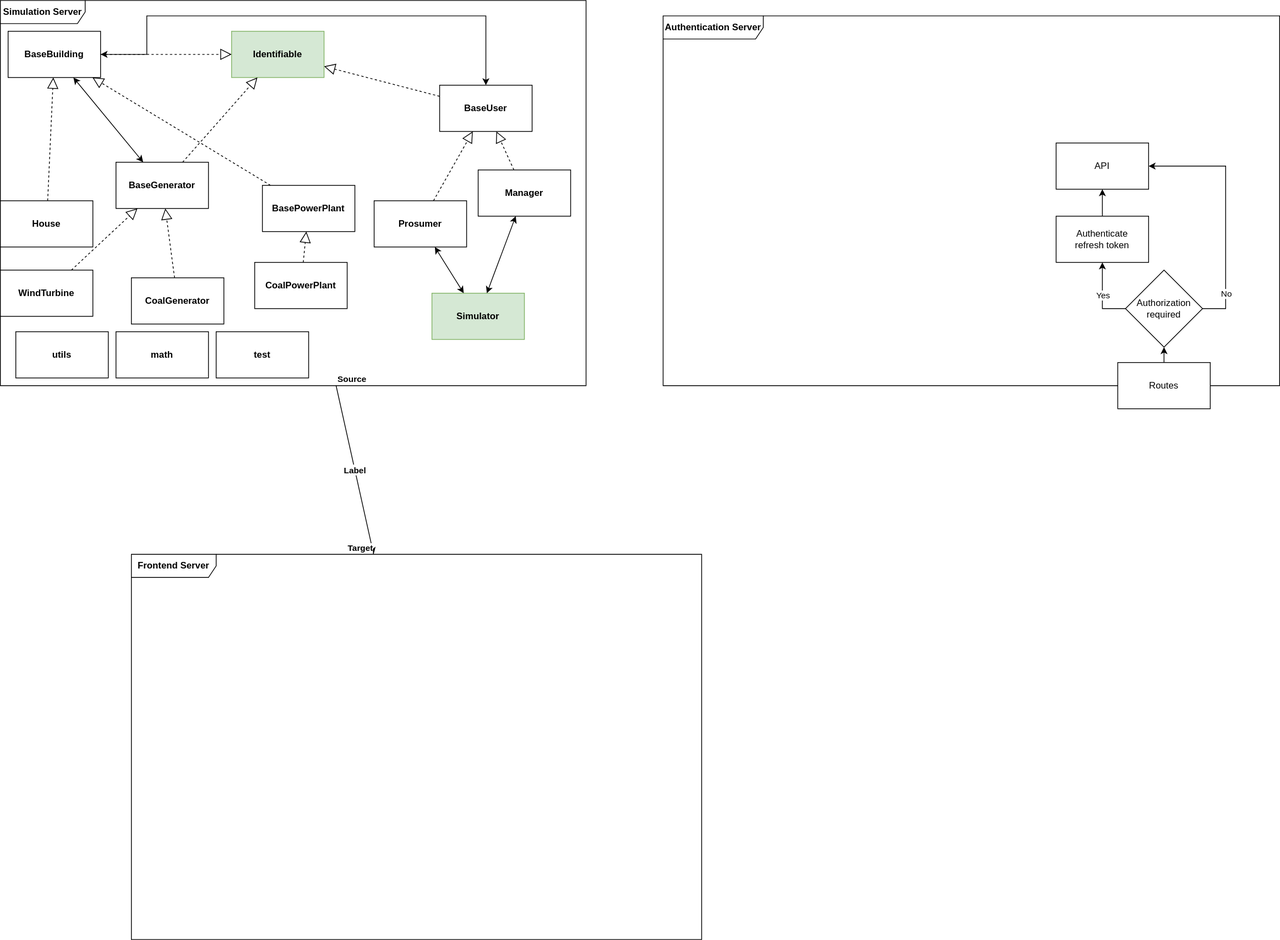
Before: system-architecture.svg, a diagram exported from draw.io (MarqusJonsson/M7011E). Source tidied: cells renumbered, new cells last; positions are measured from the earlier drawing's top-left corner, leaving out a move shared by most shapes.
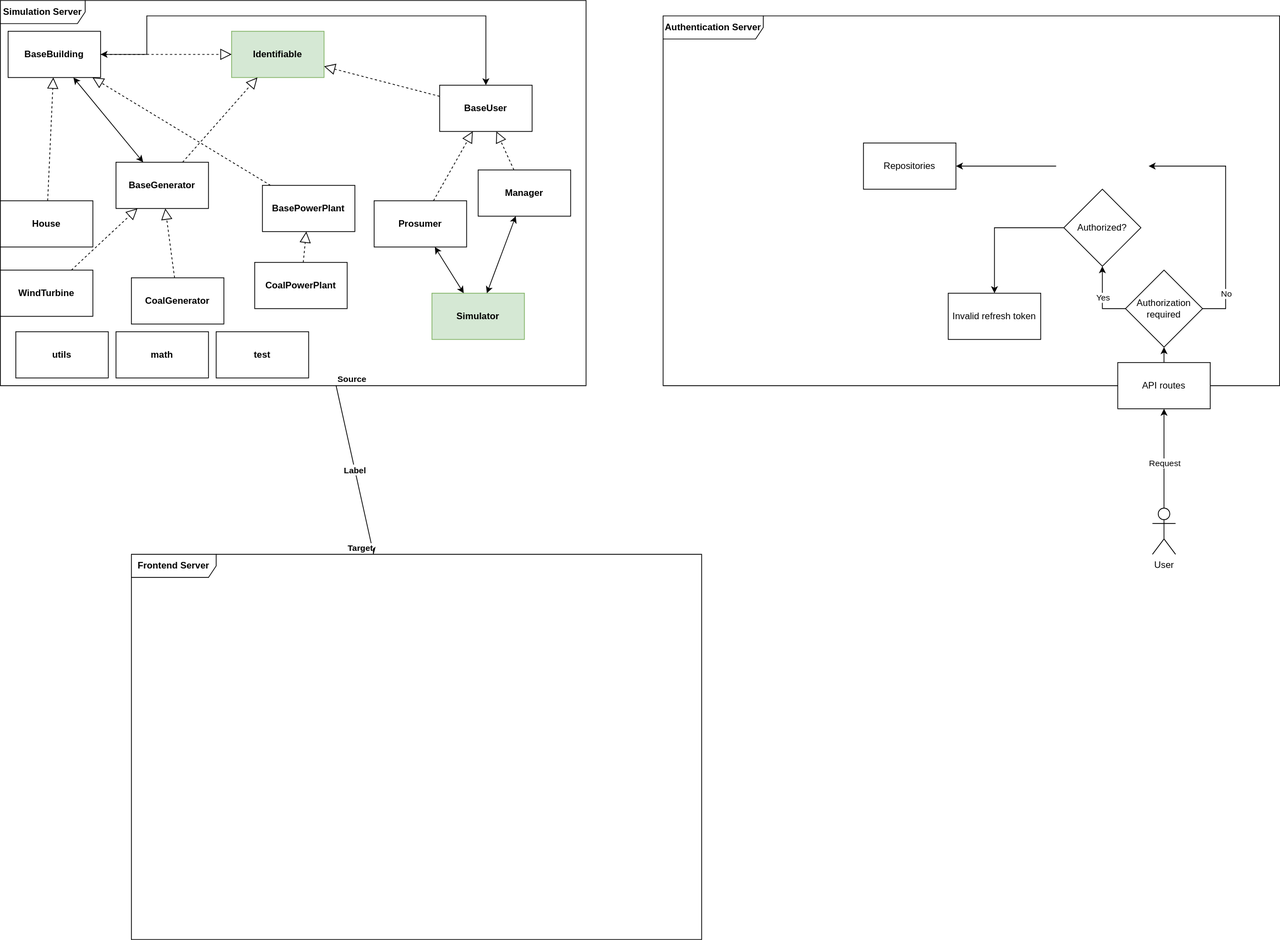
Later version of the same file.

Diff of the diagram source:
```diff
@@ -119,19 +119,15 @@
     <mxCell id="38" style="edgeStyle=orthogonalEdgeStyle;rounded=0;jettySize=auto;html=1;exitX=0.5;exitY=0;exitDx=0;exitDy=0;entryX=0.5;entryY=1;entryDx=0;entryDy=0;" parent="1" edge="1" source="39" target="47">
       <mxGeometry relative="1" as="geometry" />
     </mxCell>
-    <mxCell id="39" value="&lt;div&gt;Routes&lt;/div&gt;" style="rounded=0;whiteSpace=wrap;html=1;" parent="1" vertex="1">
+    <mxCell id="39" value="API routes" style="rounded=0;whiteSpace=wrap;html=1;" parent="1" vertex="1">
       <mxGeometry x="1450" y="470" width="120" height="60" as="geometry" />
     </mxCell>
-    <mxCell id="40" style="edgeStyle=orthogonalEdgeStyle;rounded=0;jettySize=auto;html=1;entryX=0.5;entryY=1;entryDx=0;entryDy=0;" parent="1" edge="1" source="41" target="42">
-      <mxGeometry relative="1" as="geometry" />
-    </mxCell>
-    <mxCell id="41" value="&lt;div&gt;Authenticate&lt;/div&gt;&lt;div&gt;refresh token&lt;br&gt;&lt;/div&gt;" style="rounded=0;whiteSpace=wrap;html=1;" parent="1" vertex="1">
-      <mxGeometry x="1370" y="280" width="120" height="60" as="geometry" />
-    </mxCell>
-    <mxCell id="42" value="API" style="rounded=0;whiteSpace=wrap;html=1;" parent="1" vertex="1">
-      <mxGeometry x="1370" y="185" width="120" height="60" as="geometry" />
-    </mxCell>
+    <mxCell id="48" style="edgeStyle=orthogonalEdgeStyle;rounded=0;jettySize=auto;html=1;exitX=0;exitY=0.5;exitDx=0;exitDy=0;entryX=1;entryY=0.5;entryDx=0;entryDy=0;" parent="1" edge="1" target="49">
+      <mxGeometry relative="1" as="geometry">
+        <mxPoint x="1370" y="215" as="sourcePoint" />
+      </mxGeometry>
+    </mxCell>
-    <mxCell id="43" style="edgeStyle=orthogonalEdgeStyle;rounded=0;jettySize=auto;html=1;" parent="1" edge="1" source="47" target="41">
+    <mxCell id="43" style="edgeStyle=orthogonalEdgeStyle;rounded=0;jettySize=auto;html=1;entryX=0.5;entryY=1;entryDx=0;entryDy=0;" parent="1" edge="1" source="47" target="54">
       <mxGeometry relative="1" as="geometry">
         <Array as="points">
           <mxPoint x="1430" y="400" />
@@ -143,8 +139,9 @@
         <mxPoint x="-3" y="-5" as="offset" />
       </mxGeometry>
     </mxCell>
-    <mxCell id="45" style="edgeStyle=orthogonalEdgeStyle;rounded=0;jettySize=auto;html=1;exitX=1;exitY=0.5;exitDx=0;exitDy=0;entryX=1;entryY=0.5;entryDx=0;entryDy=0;" parent="1" edge="1" source="47" target="42">
+    <mxCell id="45" style="edgeStyle=orthogonalEdgeStyle;rounded=0;jettySize=auto;html=1;exitX=1;exitY=0.5;exitDx=0;exitDy=0;entryX=1;entryY=0.5;entryDx=0;entryDy=0;" parent="1" edge="1" source="47">
       <mxGeometry relative="1" as="geometry">
+        <mxPoint x="1490" y="215" as="targetPoint" />
         <Array as="points">
           <mxPoint x="1590" y="400" />
           <mxPoint x="1590" y="215" />
@@ -159,5 +156,28 @@
     <mxCell id="47" value="&lt;div&gt;Authorization&lt;/div&gt;&lt;div&gt;required&lt;br&gt;&lt;/div&gt;" style="rhombus;whiteSpace=wrap;html=1;" parent="1" vertex="1">
       <mxGeometry x="1460" y="350" width="100" height="100" as="geometry" />
     </mxCell>
+    <mxCell id="49" value="Repositories" style="rounded=0;whiteSpace=wrap;html=1;" parent="1" vertex="1">
+      <mxGeometry x="1120" y="185" width="120" height="60" as="geometry" />
+    </mxCell>
+    <mxCell id="50" style="edgeStyle=orthogonalEdgeStyle;rounded=0;jettySize=auto;html=1;entryX=0.5;entryY=1;entryDx=0;entryDy=0;" parent="1" edge="1" source="52" target="39">
+      <mxGeometry relative="1" as="geometry" />
+    </mxCell>
+    <mxCell id="51" value="Request" style="edgeLabel;html=1;align=center;verticalAlign=middle;" parent="50" vertex="1">
+      <mxGeometry x="0.24" y="-5" relative="1" as="geometry">
+        <mxPoint x="-5" y="21" as="offset" />
+      </mxGeometry>
+    </mxCell>
+    <mxCell id="52" value="&lt;div&gt;User&lt;/div&gt;" style="shape=umlActor;verticalLabelPosition=bottom;verticalAlign=top;html=1;outlineConnect=0;" parent="1" vertex="1">
+      <mxGeometry x="1495" y="659" width="30" height="60" as="geometry" />
+    </mxCell>
+    <mxCell id="53" style="edgeStyle=orthogonalEdgeStyle;rounded=0;jettySize=auto;html=1;entryX=0.5;entryY=0;entryDx=0;entryDy=0;" parent="1" edge="1" source="54" target="55">
+      <mxGeometry relative="1" as="geometry" />
+    </mxCell>
+    <mxCell id="54" value="Authorized?" style="rhombus;whiteSpace=wrap;html=1;" parent="1" vertex="1">
+      <mxGeometry x="1380" y="245" width="100" height="100" as="geometry" />
+    </mxCell>
+    <mxCell id="55" value="Invalid refresh token" style="rounded=0;whiteSpace=wrap;html=1;" parent="1" vertex="1">
+      <mxGeometry x="1230" y="380" width="120" height="60" as="geometry" />
+    </mxCell>
   </root>
 </mxGraphModel>
```
